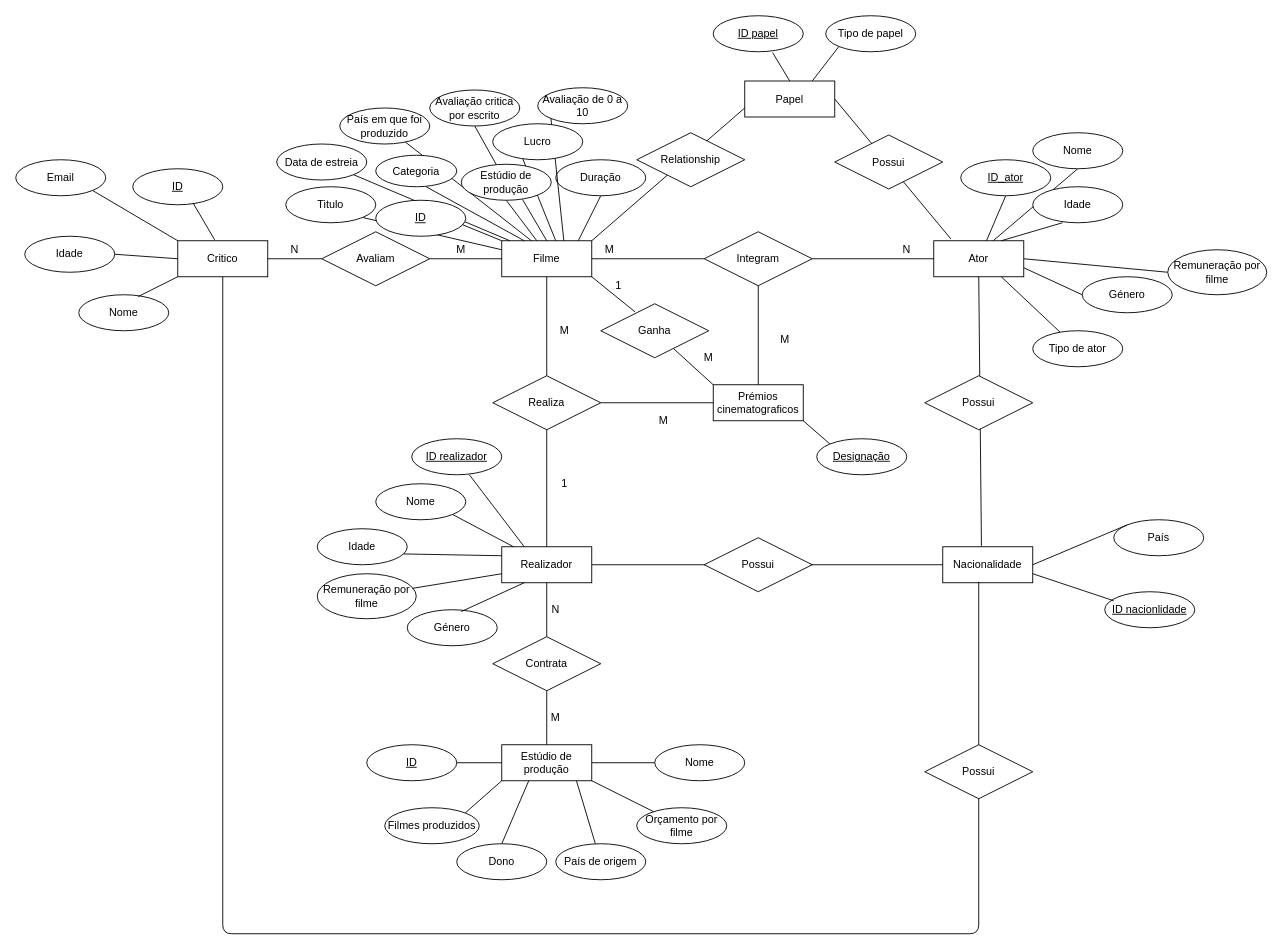
Earlier version of the draw.io diagram Projeto BD_v2.drawio (joaogomes777/pr_bio_2020-2021_assignments). Source tidied: cells renumbered, new cells numbered last; positions are measured from the earlier drawing's top-left corner, leaving out a move shared by most shapes. Both pictures are drawn from the tidied source at 90%, with x=0, y=0 at pixel (15, 15).
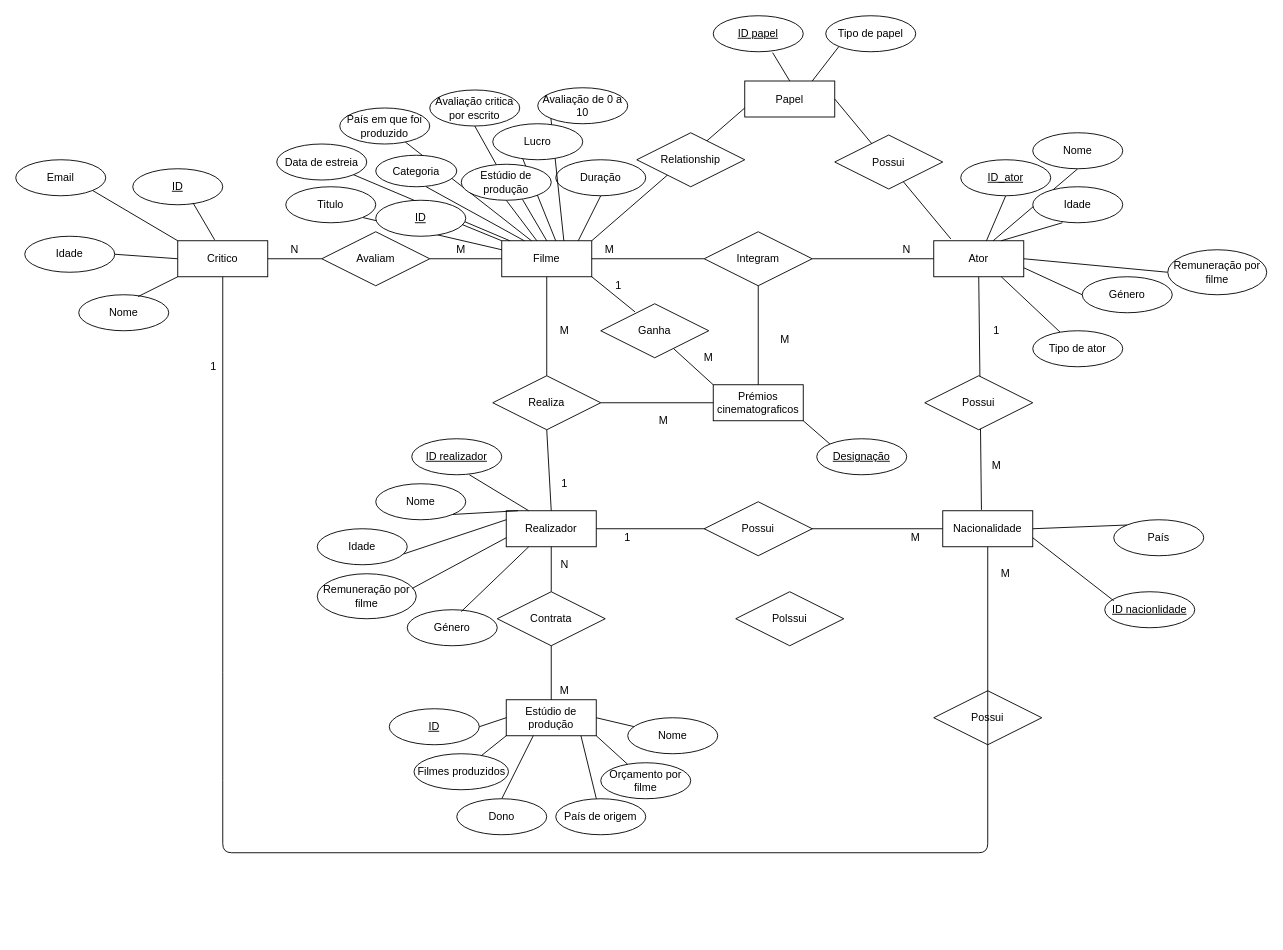
After the change.

The change refers to these unchanged cells:
```xml
<mxCell id="14" value="Critico" style="whiteSpace=wrap;html=1;align=center;" parent="1" vertex="1">
  <mxGeometry x="180" y="250" width="100" height="40" as="geometry" />
</mxCell>
```

Change to the diagram source:
```diff
@@
     <mxCell id="3" value="Estúdio de produção" style="whiteSpace=wrap;html=1;align=center;" parent="1" vertex="1">
-      <mxGeometry x="540" y="810" width="100" height="40" as="geometry" />
+      <mxGeometry x="545" y="760" width="100" height="40" as="geometry" />
     </mxCell>
     <mxCell id="4" value="Realizador" style="whiteSpace=wrap;html=1;align=center;" parent="1" vertex="1">
-      <mxGeometry x="540" y="590" width="100" height="40" as="geometry" />
+      <mxGeometry x="545" y="550" width="100" height="40" as="geometry" />
     </mxCell>
@@
     <mxCell id="27" value="Contrata" style="shape=rhombus;perimeter=rhombusPerimeter;whiteSpace=wrap;html=1;align=center;" parent="1" vertex="1">
-      <mxGeometry x="530" y="690" width="120" height="60" as="geometry" />
+      <mxGeometry x="535" y="640" width="120" height="60" as="geometry" />
     </mxCell>
@@
     <mxCell id="50" value="País de origem" style="ellipse;whiteSpace=wrap;html=1;align=center;" parent="1" vertex="1">
-      <mxGeometry x="600" y="920" width="100" height="40" as="geometry" />
+      <mxGeometry x="600" y="870" width="100" height="40" as="geometry" />
     </mxCell>
     <mxCell id="51" value="Dono" style="ellipse;whiteSpace=wrap;html=1;align=center;" parent="1" vertex="1">
-      <mxGeometry x="490" y="920" width="100" height="40" as="geometry" />
+      <mxGeometry x="490" y="870" width="100" height="40" as="geometry" />
     </mxCell>
     <mxCell id="52" value="Orçamento por filme" style="ellipse;whiteSpace=wrap;html=1;align=center;" parent="1" vertex="1">
-      <mxGeometry x="690" y="880" width="100" height="40" as="geometry" />
+      <mxGeometry x="650" y="830" width="100" height="40" as="geometry" />
     </mxCell>
@@
     <mxCell id="55" value="Nome" style="ellipse;whiteSpace=wrap;html=1;align=center;" parent="1" vertex="1">
-      <mxGeometry x="710" y="810" width="100" height="40" as="geometry" />
+      <mxGeometry x="680" y="780" width="100" height="40" as="geometry" />
     </mxCell>
     <mxCell id="56" value="Filmes produzidos" style="ellipse;whiteSpace=wrap;html=1;align=center;" parent="1" vertex="1">
-      <mxGeometry x="410" y="880" width="105" height="40" as="geometry" />
+      <mxGeometry x="442.5" y="820" width="105" height="40" as="geometry" />
     </mxCell>
-    <mxCell id="57" style="endArrow=none;html=1;entryX=0;entryY=1;entryDx=0;entryDy=0;exitX=1;exitY=0;exitDx=0;exitDy=0;" parent="1" edge="1" source="56" target="3">
+    <mxCell id="57" style="endArrow=none;html=1;entryX=0;entryY=1;entryDx=0;entryDy=0;exitX=0.714;exitY=0.05;exitDx=0;exitDy=0;exitPerimeter=0;" parent="1" edge="1" source="56" target="3">
       <mxGeometry relative="1" as="geometry" />
     </mxCell>
@@
     <mxCell id="73" value="M" style="text;html=1;strokeColor=none;fillColor=none;align=center;verticalAlign=middle;whiteSpace=wrap;rounded=0;" parent="1" vertex="1">
-      <mxGeometry x="580" y="770" width="40" height="20" as="geometry" />
+      <mxGeometry x="590" y="740" width="40" height="20" as="geometry" />
     </mxCell>
@@
     <mxCell id="76" value="N" style="text;html=1;strokeColor=none;fillColor=none;align=center;verticalAlign=middle;whiteSpace=wrap;rounded=0;" parent="1" vertex="1">
-      <mxGeometry x="580" y="650" width="40" height="20" as="geometry" />
+      <mxGeometry x="590" y="600" width="40" height="20" as="geometry" />
     </mxCell>
@@
     <mxCell id="88" value="&lt;u&gt;ID&lt;/u&gt;" style="ellipse;whiteSpace=wrap;html=1;align=center;" parent="1" vertex="1">
-      <mxGeometry x="390" y="810" width="100" height="40" as="geometry" />
+      <mxGeometry x="415" y="770" width="100" height="40" as="geometry" />
     </mxCell>
@@
     <mxCell id="99" value="Nacionalidade" style="whiteSpace=wrap;html=1;align=center;" parent="1" vertex="1">
-      <mxGeometry x="1030" y="590" width="100" height="40" as="geometry" />
+      <mxGeometry x="1030" y="550" width="100" height="40" as="geometry" />
     </mxCell>
@@
-    <mxCell id="112" style="endArrow=none;html=1;entryX=0.5;entryY=1;entryDx=0;entryDy=0;" parent="1" edge="1" target="14">
+    <mxCell id="112" style="endArrow=none;html=1;entryX=0.5;entryY=1;entryDx=0;entryDy=0;startArrow=none;" parent="1" edge="1" target="14">
       <mxGeometry relative="1" as="geometry">
-        <mxPoint x="1070" y="629" as="sourcePoint" />
-        <Array as="points">
-          <mxPoint x="1070" y="1020" />
-          <mxPoint x="230" y="1020" />
-        </Array>
+        <mxPoint x="230" y="730" as="sourcePoint" />
       </mxGeometry>
     </mxCell>
@@
-    <mxCell id="119" value="Possui" style="shape=rhombus;perimeter=rhombusPerimeter;whiteSpace=wrap;html=1;align=center;" parent="1" vertex="1">
-      <mxGeometry x="1010" y="810" width="120" height="60" as="geometry" />
-    </mxCell>
@@
     <mxCell id="121" value="Possui" style="shape=rhombus;perimeter=rhombusPerimeter;whiteSpace=wrap;html=1;align=center;" parent="1" vertex="1">
-      <mxGeometry x="765" y="580" width="120" height="60" as="geometry" />
+      <mxGeometry x="765" y="540" width="120" height="60" as="geometry" />
     </mxCell>
@@
+    <mxCell id="124" style="endArrow=none;html=1;startArrow=none;" parent="1" edge="1">
+      <mxGeometry relative="1" as="geometry">
+        <mxPoint x="230" y="850" as="sourcePoint" />
+        <mxPoint x="230" y="730" as="targetPoint" />
+      </mxGeometry>
+    </mxCell>
+    <mxCell id="119" value="Possui" style="shape=rhombus;perimeter=rhombusPerimeter;whiteSpace=wrap;html=1;align=center;" parent="1" vertex="1">
+      <mxGeometry x="1020" y="750" width="120" height="60" as="geometry" />
+    </mxCell>
+    <mxCell id="125" value="Polssui" style="shape=rhombus;perimeter=rhombusPerimeter;whiteSpace=wrap;html=1;align=center;" parent="1" vertex="1">
+      <mxGeometry x="800" y="640" width="120" height="60" as="geometry" />
+    </mxCell>
+    <mxCell id="126" style="endArrow=none;html=1;exitX=0.5;exitY=1;exitDx=0;exitDy=0;" parent="1" edge="1" source="99">
+      <mxGeometry relative="1" as="geometry">
+        <mxPoint x="230" y="850" as="targetPoint" />
+        <Array as="points">
+          <mxPoint x="1080" y="930" />
+          <mxPoint x="230" y="930" />
+        </Array>
+      </mxGeometry>
+    </mxCell>
+    <mxCell id="127" value="M" style="text;html=1;strokeColor=none;fillColor=none;align=center;verticalAlign=middle;whiteSpace=wrap;rounded=0;" parent="1" vertex="1">
+      <mxGeometry x="1080" y="610" width="40" height="20" as="geometry" />
+    </mxCell>
+    <mxCell id="128" value="1" style="text;html=1;strokeColor=none;fillColor=none;align=center;verticalAlign=middle;whiteSpace=wrap;rounded=0;" parent="1" vertex="1">
+      <mxGeometry x="200" y="380" width="40" height="20" as="geometry" />
+    </mxCell>
+    <mxCell id="129" value="M" style="text;html=1;strokeColor=none;fillColor=none;align=center;verticalAlign=middle;whiteSpace=wrap;rounded=0;" parent="1" vertex="1">
+      <mxGeometry x="1070" y="490" width="40" height="20" as="geometry" />
+    </mxCell>
+    <mxCell id="130" value="1" style="text;html=1;strokeColor=none;fillColor=none;align=center;verticalAlign=middle;whiteSpace=wrap;rounded=0;" parent="1" vertex="1">
+      <mxGeometry x="1070" y="340" width="40" height="20" as="geometry" />
+    </mxCell>
+    <mxCell id="131" value="1" style="text;html=1;strokeColor=none;fillColor=none;align=center;verticalAlign=middle;whiteSpace=wrap;rounded=0;" parent="1" vertex="1">
+      <mxGeometry x="660" y="570" width="40" height="20" as="geometry" />
+    </mxCell>
+    <mxCell id="132" value="M" style="text;html=1;strokeColor=none;fillColor=none;align=center;verticalAlign=middle;whiteSpace=wrap;rounded=0;" parent="1" vertex="1">
+      <mxGeometry x="980" y="570" width="40" height="20" as="geometry" />
+    </mxCell>
```
